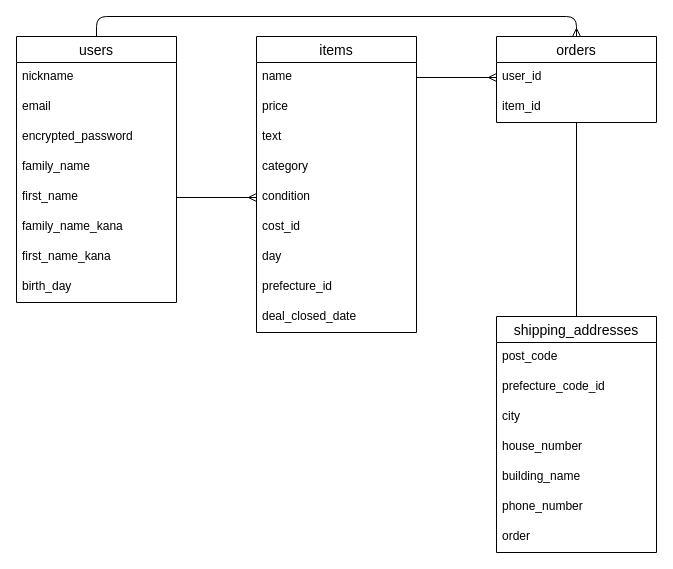
This is furima.dio from yamaguchi-yukako/furima-30958, a draw.io file, before an edit. Source tidied: cells renumbered, new cells numbered last; positions are measured from the earlier drawing's top-left corner, leaving out a move shared by most shapes. Both pictures are drawn from the tidied source at 100%, with x=0, y=0 at pixel (16, 36).
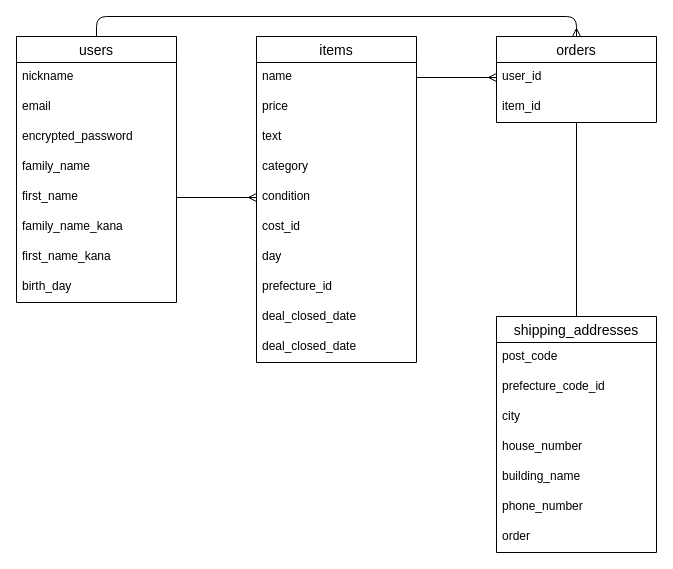
The same diagram, later.

Commit message (it also covers changes not shown here):
レビュー３かいめ

What changed in the source:
```diff
@@
     <mxCell id="12" value="items" style="swimlane;fontStyle=0;horizontal=1;startSize=26;align=center;fontSize=14;" parent="1" vertex="1">
-      <mxGeometry x="240" width="160" height="296" as="geometry" />
+      <mxGeometry x="240" width="160" height="326" as="geometry" />
     </mxCell>
@@
+    <mxCell id="36" value="deal_closed_date" style="text;strokeColor=none;fillColor=none;spacingLeft=4;spacingRight=4;overflow=hidden;fontSize=12;" parent="12" vertex="1">
+      <mxGeometry y="296" width="160" height="30" as="geometry" />
+    </mxCell>
```
